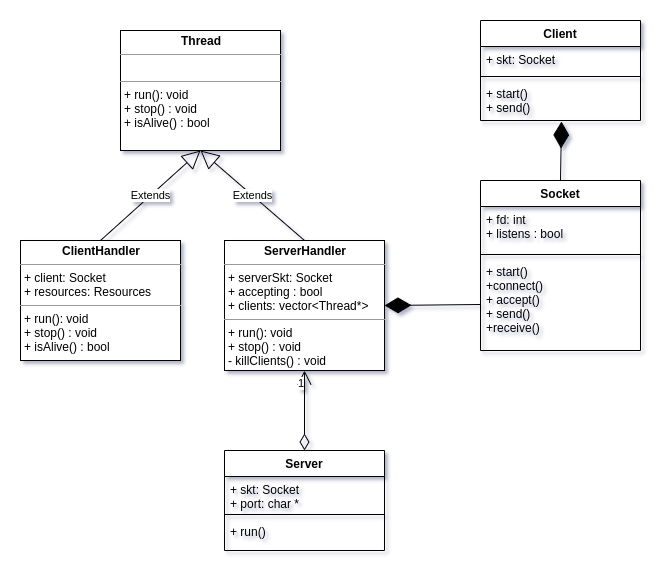
Above: img/classes.png in agustinlopezn/tp3-taller-de-programacion (draw.io), before the change. Source tidied: cells renumbered, new cells last; positions are measured from the earlier drawing's top-left corner, leaving out a move shared by most shapes. The source it was exported from:
```xml
<mxGraphModel>
  <root>
    <mxCell id="0" />
    <mxCell id="1" parent="0" />
    <mxCell id="2" style="endArrow=diamondThin;endFill=1;endSize=24;html=1;exitX=0.5;exitY=0;exitDx=0;exitDy=0;" parent="1" edge="1" source="3">
      <mxGeometry relative="1" as="geometry">
        <mxPoint x="541" y="101" as="targetPoint" />
      </mxGeometry>
    </mxCell>
    <mxCell id="3" value="Socket" style="swimlane;fontStyle=1;align=center;verticalAlign=top;horizontal=1;startSize=26;" parent="1" vertex="1">
      <mxGeometry x="460" y="160" width="160" height="170" as="geometry" />
    </mxCell>
    <mxCell id="4" value="+ fd: int&#10;+ listens : bool" style="text;strokeColor=none;fillColor=none;align=left;verticalAlign=top;spacingLeft=4;spacingRight=4;overflow=hidden;" parent="3" vertex="1">
      <mxGeometry y="26" width="160" height="44" as="geometry" />
    </mxCell>
    <mxCell id="5" style="line;strokeWidth=1;fillColor=none;align=left;verticalAlign=middle;spacingTop=-1;spacingLeft=3;spacingRight=3;labelPosition=right;" parent="3" vertex="1">
      <mxGeometry y="70" width="160" height="8" as="geometry" />
    </mxCell>
    <mxCell id="6" value="+ start()&#10;+connect()&#10;+ accept()&#10;+ send()&#10;+receive()" style="text;strokeColor=none;fillColor=none;align=left;verticalAlign=top;spacingLeft=4;spacingRight=4;overflow=hidden;points=[[0,0.5],[1,0.5]];portConstraint=eastwest;" parent="3" vertex="1">
      <mxGeometry y="78" width="160" height="92" as="geometry" />
    </mxCell>
    <mxCell id="7" value="Client" style="swimlane;fontStyle=1;align=center;verticalAlign=top;horizontal=1;startSize=26;" parent="1" vertex="1">
      <mxGeometry x="460" width="160" height="100" as="geometry" />
    </mxCell>
    <mxCell id="8" value="+ skt: Socket" style="text;strokeColor=none;fillColor=none;align=left;verticalAlign=top;spacingLeft=4;spacingRight=4;overflow=hidden;" parent="7" vertex="1">
      <mxGeometry y="26" width="160" height="26" as="geometry" />
    </mxCell>
    <mxCell id="9" style="line;strokeWidth=1;fillColor=none;align=left;verticalAlign=middle;spacingTop=-1;spacingLeft=3;spacingRight=3;labelPosition=right;" parent="7" vertex="1">
      <mxGeometry y="52" width="160" height="8" as="geometry" />
    </mxCell>
    <mxCell id="10" value="+ start()&#10;+ send()" style="text;strokeColor=none;fillColor=none;align=left;verticalAlign=top;spacingLeft=4;spacingRight=4;overflow=hidden;" parent="7" vertex="1">
      <mxGeometry y="60" width="160" height="40" as="geometry" />
    </mxCell>
    <mxCell id="11" value="Server" style="swimlane;fontStyle=1;align=center;verticalAlign=top;horizontal=1;startSize=26;" parent="1" vertex="1">
      <mxGeometry x="204" y="430" width="160" height="100" as="geometry" />
    </mxCell>
    <mxCell id="12" value="+ skt: Socket&#10;+ port: char *" style="text;strokeColor=none;fillColor=none;align=left;verticalAlign=top;spacingLeft=4;spacingRight=4;overflow=hidden;" parent="11" vertex="1">
      <mxGeometry y="26" width="160" height="34" as="geometry" />
    </mxCell>
    <mxCell id="13" style="line;strokeWidth=1;fillColor=none;align=left;verticalAlign=middle;spacingTop=-1;spacingLeft=3;spacingRight=3;labelPosition=right;" parent="11" vertex="1">
      <mxGeometry y="60" width="160" height="8" as="geometry" />
    </mxCell>
    <mxCell id="14" value="+ run()" style="text;strokeColor=none;fillColor=none;align=left;verticalAlign=top;spacingLeft=4;spacingRight=4;overflow=hidden;" parent="11" vertex="1">
      <mxGeometry y="68" width="160" height="32" as="geometry" />
    </mxCell>
    <mxCell id="15" style="endArrow=diamondThin;endFill=1;endSize=24;html=1;exitX=0;exitY=0.5;exitDx=0;exitDy=0;entryX=1;entryY=0.5;entryDx=0;entryDy=0;" parent="1" edge="1" source="6" target="16">
      <mxGeometry relative="1" as="geometry" />
    </mxCell>
    <mxCell id="16" value="&lt;p style=&quot;margin: 0px ; margin-top: 4px ; text-align: center&quot;&gt;&lt;b&gt;ServerHandler&lt;/b&gt;&lt;/p&gt;&lt;hr size=&quot;1&quot;&gt;&lt;p style=&quot;margin: 0px ; margin-left: 4px&quot;&gt;+ serverSkt: Socket&lt;/p&gt;&lt;p style=&quot;margin: 0px ; margin-left: 4px&quot;&gt;+ accepting : bool&lt;/p&gt;&lt;p style=&quot;margin: 0px ; margin-left: 4px&quot;&gt;+ clients: vector&amp;lt;Thread*&amp;gt;&lt;/p&gt;&lt;hr size=&quot;1&quot;&gt;&lt;p style=&quot;margin: 0px ; margin-left: 4px&quot;&gt;+ run(): void&lt;/p&gt;&lt;p style=&quot;margin: 0px ; margin-left: 4px&quot;&gt;+ stop() : void&lt;/p&gt;&lt;p style=&quot;margin: 0px ; margin-left: 4px&quot;&gt;- killClients() : void&lt;/p&gt;" style="verticalAlign=top;align=left;overflow=fill;fontSize=12;fontFamily=Helvetica;html=1;" parent="1" vertex="1">
      <mxGeometry x="204" y="220" width="160" height="130" as="geometry" />
    </mxCell>
    <mxCell id="17" value="&lt;p style=&quot;margin: 0px ; margin-top: 4px ; text-align: center&quot;&gt;&lt;b&gt;ClientHandler&lt;/b&gt;&lt;/p&gt;&lt;hr size=&quot;1&quot;&gt;&lt;p style=&quot;margin: 0px ; margin-left: 4px&quot;&gt;+ client: Socket&lt;/p&gt;&lt;p style=&quot;margin: 0px ; margin-left: 4px&quot;&gt;+ resources: Resources&lt;/p&gt;&lt;hr size=&quot;1&quot;&gt;&lt;p style=&quot;margin: 0px ; margin-left: 4px&quot;&gt;+ run(): void&lt;/p&gt;&lt;p style=&quot;margin: 0px ; margin-left: 4px&quot;&gt;+ stop() : void&lt;/p&gt;&lt;p style=&quot;margin: 0px ; margin-left: 4px&quot;&gt;+ isAlive() : bool&lt;/p&gt;" style="verticalAlign=top;align=left;overflow=fill;fontSize=12;fontFamily=Helvetica;html=1;" parent="1" vertex="1">
      <mxGeometry y="220" width="160" height="120" as="geometry" />
    </mxCell>
    <mxCell id="18" value="&lt;p style=&quot;margin: 0px ; margin-top: 4px ; text-align: center&quot;&gt;&lt;b&gt;Thread&lt;/b&gt;&lt;/p&gt;&lt;hr size=&quot;1&quot;&gt;&lt;p style=&quot;margin: 0px ; margin-left: 4px&quot;&gt;&lt;br&gt;&lt;/p&gt;&lt;hr size=&quot;1&quot;&gt;&lt;p style=&quot;margin: 0px ; margin-left: 4px&quot;&gt;+ run(): void&lt;/p&gt;&lt;p style=&quot;margin: 0px ; margin-left: 4px&quot;&gt;+ stop() : void&lt;/p&gt;&lt;p style=&quot;margin: 0px ; margin-left: 4px&quot;&gt;+ isAlive() : bool&lt;/p&gt;" style="verticalAlign=top;align=left;overflow=fill;fontSize=12;fontFamily=Helvetica;html=1;" parent="1" vertex="1">
      <mxGeometry x="100" y="10" width="160" height="120" as="geometry" />
    </mxCell>
    <mxCell id="19" value="Extends" style="endArrow=block;endSize=16;endFill=0;html=1;exitX=0.5;exitY=0;exitDx=0;exitDy=0;entryX=0.5;entryY=1;entryDx=0;entryDy=0;" parent="1" edge="1" source="16" target="18">
      <mxGeometry relative="1" as="geometry" />
    </mxCell>
    <mxCell id="20" value="Extends" style="endArrow=block;endSize=16;endFill=0;html=1;exitX=0.5;exitY=0;exitDx=0;exitDy=0;entryX=0.5;entryY=1;entryDx=0;entryDy=0;" parent="1" edge="1" source="17" target="18">
      <mxGeometry relative="1" as="geometry" />
    </mxCell>
    <mxCell id="21" style="endArrow=open;html=1;endSize=12;startArrow=diamondThin;startSize=14;startFill=0;edgeStyle=orthogonalEdgeStyle;exitX=0.5;exitY=0;exitDx=0;exitDy=0;entryX=0.5;entryY=1;entryDx=0;entryDy=0;" parent="1" edge="1" source="11" target="16">
      <mxGeometry x="0.38" y="34" relative="1" as="geometry">
        <mxPoint x="4" y="15" as="offset" />
      </mxGeometry>
    </mxCell>
    <mxCell id="22" value="1" style="edgeLabel;html=1;align=right;verticalAlign=top;" parent="21" vertex="1">
      <mxGeometry x="1" relative="1" as="geometry" />
    </mxCell>
  </root>
</mxGraphModel>
```
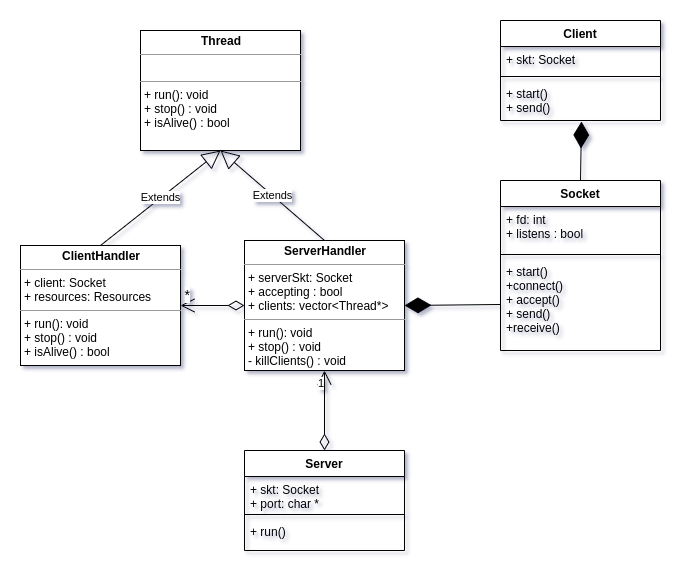
The same file after the commit.

Commit message:
Se corrige un diagrama, se agrega otro y se avanza sobre informe

Change to the diagram source:
```diff
@@ -50,7 +50,7 @@
       <mxGeometry x="204" y="220" width="160" height="130" as="geometry" />
     </mxCell>
     <mxCell id="17" value="&lt;p style=&quot;margin: 0px ; margin-top: 4px ; text-align: center&quot;&gt;&lt;b&gt;ClientHandler&lt;/b&gt;&lt;/p&gt;&lt;hr size=&quot;1&quot;&gt;&lt;p style=&quot;margin: 0px ; margin-left: 4px&quot;&gt;+ client: Socket&lt;/p&gt;&lt;p style=&quot;margin: 0px ; margin-left: 4px&quot;&gt;+ resources: Resources&lt;/p&gt;&lt;hr size=&quot;1&quot;&gt;&lt;p style=&quot;margin: 0px ; margin-left: 4px&quot;&gt;+ run(): void&lt;/p&gt;&lt;p style=&quot;margin: 0px ; margin-left: 4px&quot;&gt;+ stop() : void&lt;/p&gt;&lt;p style=&quot;margin: 0px ; margin-left: 4px&quot;&gt;+ isAlive() : bool&lt;/p&gt;" style="verticalAlign=top;align=left;overflow=fill;fontSize=12;fontFamily=Helvetica;html=1;" parent="1" vertex="1">
-      <mxGeometry y="220" width="160" height="120" as="geometry" />
+      <mxGeometry x="-20" y="225" width="160" height="120" as="geometry" />
     </mxCell>
     <mxCell id="18" value="&lt;p style=&quot;margin: 0px ; margin-top: 4px ; text-align: center&quot;&gt;&lt;b&gt;Thread&lt;/b&gt;&lt;/p&gt;&lt;hr size=&quot;1&quot;&gt;&lt;p style=&quot;margin: 0px ; margin-left: 4px&quot;&gt;&lt;br&gt;&lt;/p&gt;&lt;hr size=&quot;1&quot;&gt;&lt;p style=&quot;margin: 0px ; margin-left: 4px&quot;&gt;+ run(): void&lt;/p&gt;&lt;p style=&quot;margin: 0px ; margin-left: 4px&quot;&gt;+ stop() : void&lt;/p&gt;&lt;p style=&quot;margin: 0px ; margin-left: 4px&quot;&gt;+ isAlive() : bool&lt;/p&gt;" style="verticalAlign=top;align=left;overflow=fill;fontSize=12;fontFamily=Helvetica;html=1;" parent="1" vertex="1">
       <mxGeometry x="100" y="10" width="160" height="120" as="geometry" />
@@ -69,5 +69,15 @@
     <mxCell id="22" value="1" style="edgeLabel;html=1;align=right;verticalAlign=top;" parent="21" vertex="1">
       <mxGeometry x="1" relative="1" as="geometry" />
     </mxCell>
+    <mxCell id="23" style="endArrow=open;html=1;endSize=12;startArrow=diamondThin;startSize=14;startFill=0;edgeStyle=orthogonalEdgeStyle;exitX=0;exitY=0.5;exitDx=0;exitDy=0;entryX=1;entryY=0.5;entryDx=0;entryDy=0;" parent="1" edge="1" source="16" target="17">
+      <mxGeometry x="0.38" y="34" relative="1" as="geometry">
+        <mxPoint x="4" y="15" as="offset" />
+      </mxGeometry>
+    </mxCell>
+    <mxCell id="24" value="&lt;font style=&quot;font-size: 14px&quot;&gt;*&lt;/font&gt;" style="edgeLabel;html=1;align=right;verticalAlign=top;" parent="23" vertex="1">
+      <mxGeometry x="1" relative="1" as="geometry">
+        <mxPoint x="10" y="-25" as="offset" />
+      </mxGeometry>
+    </mxCell>
   </root>
 </mxGraphModel>
```
